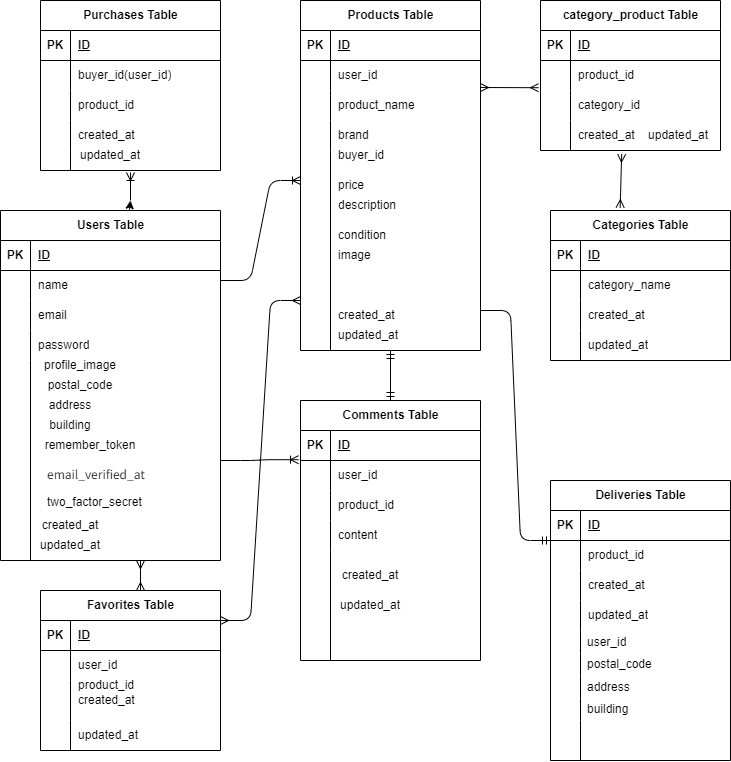
madoka-ichinose/flea-market-application-test keeps this draw.io diagram as src/index.drawio.png. Above is the earlier version. Source tidied: cells renumbered, new cells last; positions are measured from the earlier drawing's top-left corner, leaving out a move shared by most shapes.
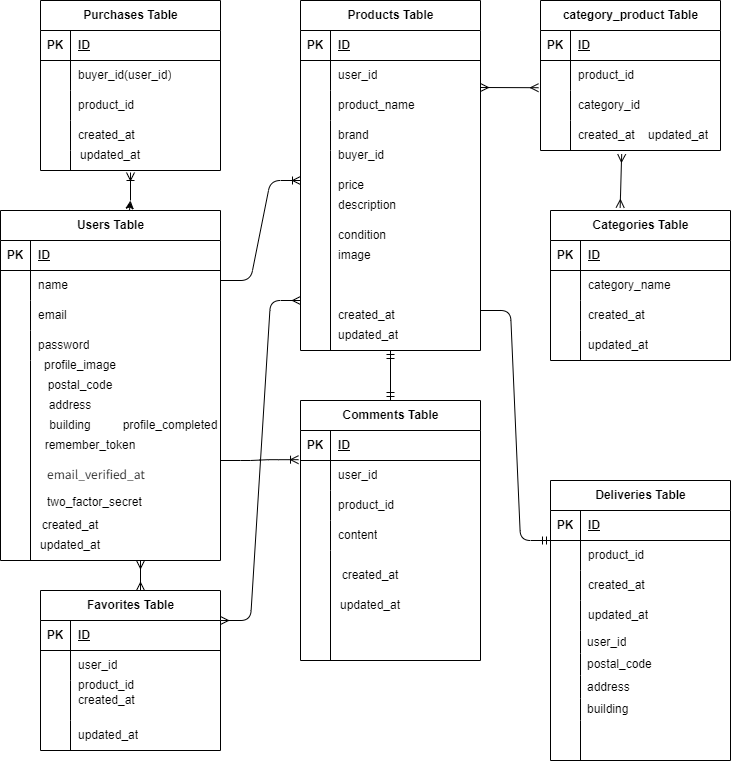
After the change.

The edit, as a diff of the source:
```diff
@@ -519,5 +519,8 @@
         <mxPoint x="300" y="300" as="targetPoint" />
       </mxGeometry>
     </mxCell>
+    <mxCell id="162" value="profile_completed" style="text;html=1;align=center;verticalAlign=middle;whiteSpace=wrap;rounded=0;" parent="1" vertex="1">
+      <mxGeometry x="140" y="410" width="60" height="30" as="geometry" />
+    </mxCell>
   </root>
 </mxGraphModel>
```
